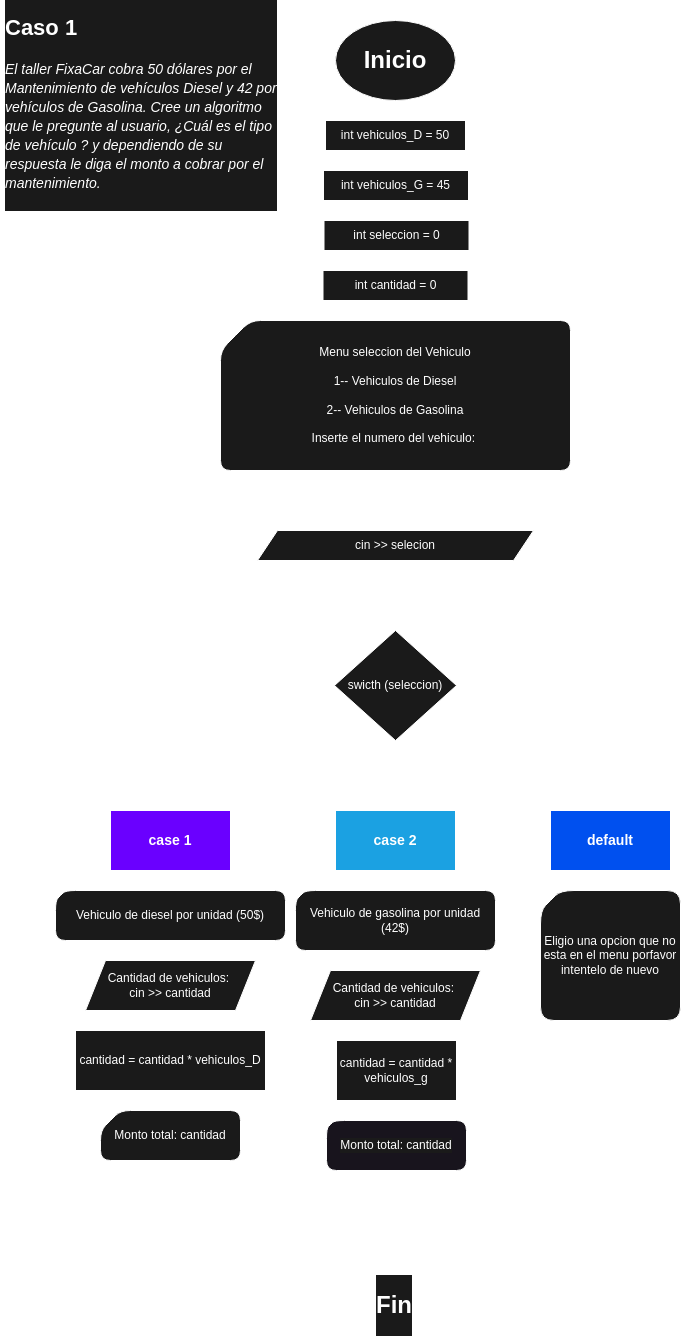
raquelvalentina/cuatrimestre1proyectofinal keeps this draw.io diagram as caso1/diagrama_de_flujo.drawio.png. Above is the earlier version. Source tidied: cells renumbered, new cells last; positions are measured from the earlier drawing's top-left corner, leaving out a move shared by most shapes.
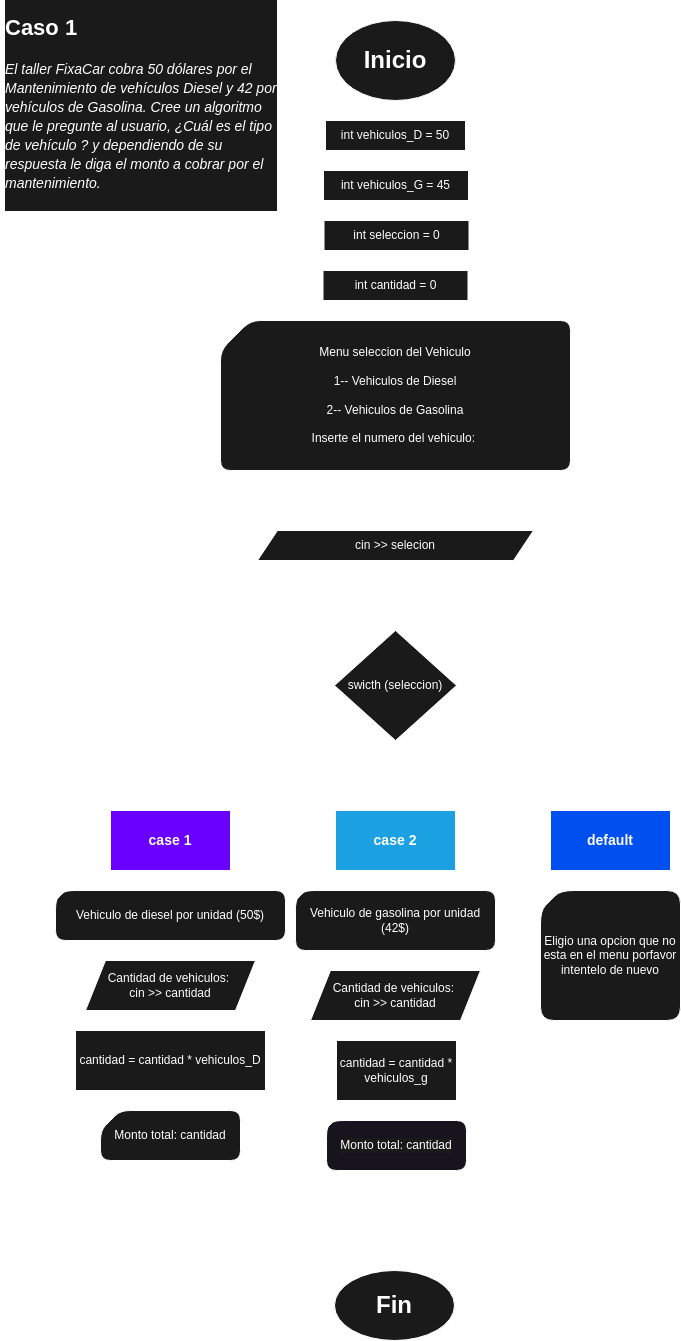
Above is the later version.

Diff of the diagram source:
```diff
@@ -8,7 +8,7 @@
     <mxCell id="3" value="&lt;h1&gt;Inicio&lt;/h1&gt;" style="ellipse;whiteSpace=wrap;html=1;strokeColor=#FFFFFF;fontColor=#FFFFFF;labelBackgroundColor=#1A1A1A;fillColor=#1A1A1A;" parent="1" vertex="1">
       <mxGeometry x="335" y="10" width="120" height="80" as="geometry" />
     </mxCell>
-    <mxCell id="4" value="&lt;h1&gt;Fin&lt;/h1&gt;" style="ellipse;whiteSpace=wrap;html=1;strokeColor=#FFFFFF;fontColor=#FFFFFF;labelBackgroundColor=#1A1A1A;" parent="1" vertex="1">
+    <mxCell id="4" value="&lt;h1&gt;Fin&lt;/h1&gt;" style="ellipse;whiteSpace=wrap;html=1;strokeColor=#FFFFFF;fontColor=#FFFFFF;labelBackgroundColor=#1A1A1A;fillColor=#1A1A1A;" parent="1" vertex="1">
       <mxGeometry x="334" y="1260" width="120" height="70" as="geometry" />
     </mxCell>
     <mxCell id="5" style="edgeStyle=none;html=1;exitX=0.5;exitY=1;exitDx=0;exitDy=0;entryX=0.5;entryY=0;entryDx=0;entryDy=0;strokeWidth=3;endArrow=none;endFill=0;strokeColor=#FFFFFF;fontColor=#FFFFFF;labelBackgroundColor=#1A1A1A;" parent="1" edge="1" source="6" target="8">
```
